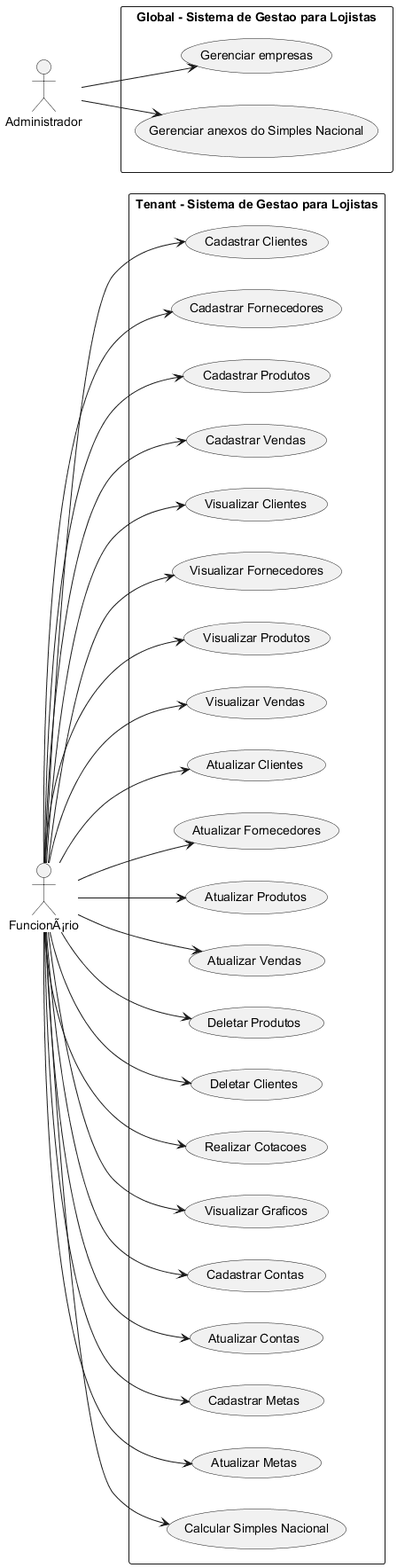
Earlier version of the PlantUML export resources/diagramas/diagrama_casos_uso.png (PatrickCaminhas/SimplifiqSystem).
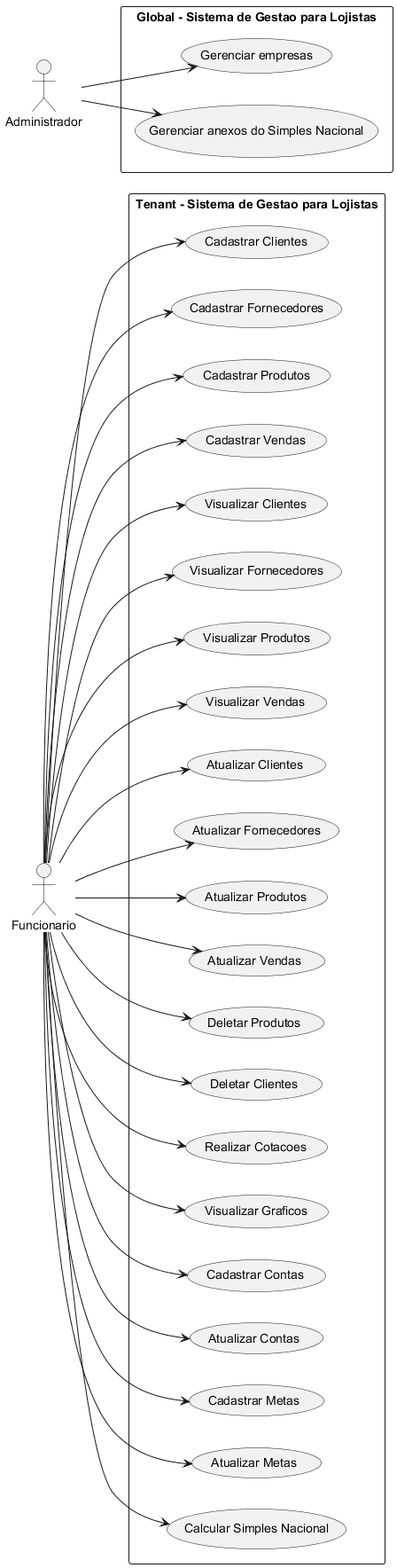
The same diagram one commit later.

Commit message:
correção diagrama casos de uso

software Plant UML não permite acentuação.

Diff of the diagram source:
```diff
@@ -1,7 +1,7 @@
 @startuml
 left to right direction
 
-actor "FuncionÃ¡rio" as Funcionario
+actor "Funcionario" as Funcionario
 actor "Administrador" as Admin
 
 rectangle "Tenant - Sistema de Gestao para Lojistas" {
```
